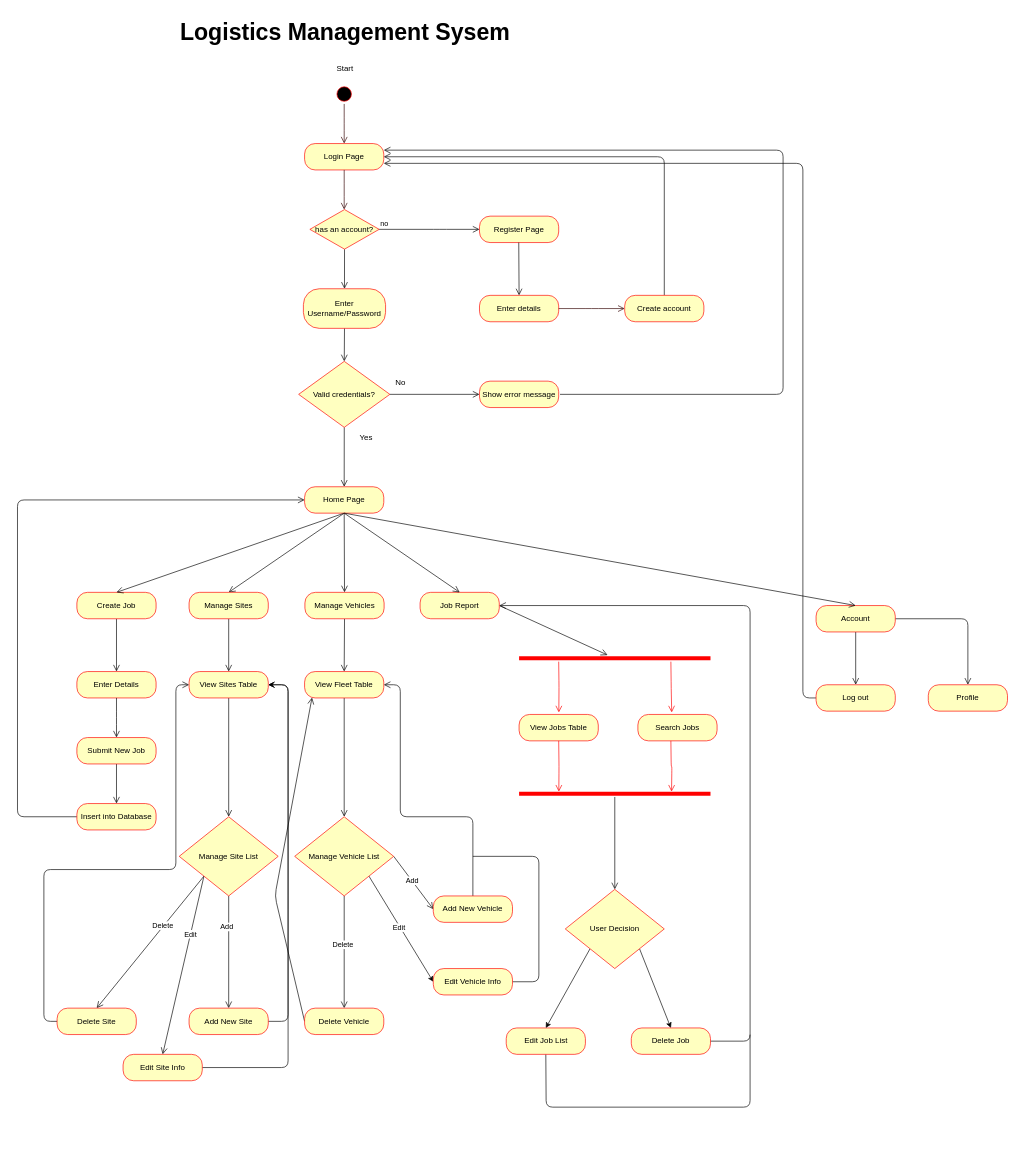
This is project-root/docs/activity.drawio from quietpanda284/logistics_app, a draw.io file, before an edit. Source tidied: cells renumbered, new cells numbered last; positions are measured from the earlier drawing's top-left corner, leaving out a move shared by most shapes. Both pictures are drawn from the tidied source at 66%, with x=0, y=0 at pixel (17, 11).
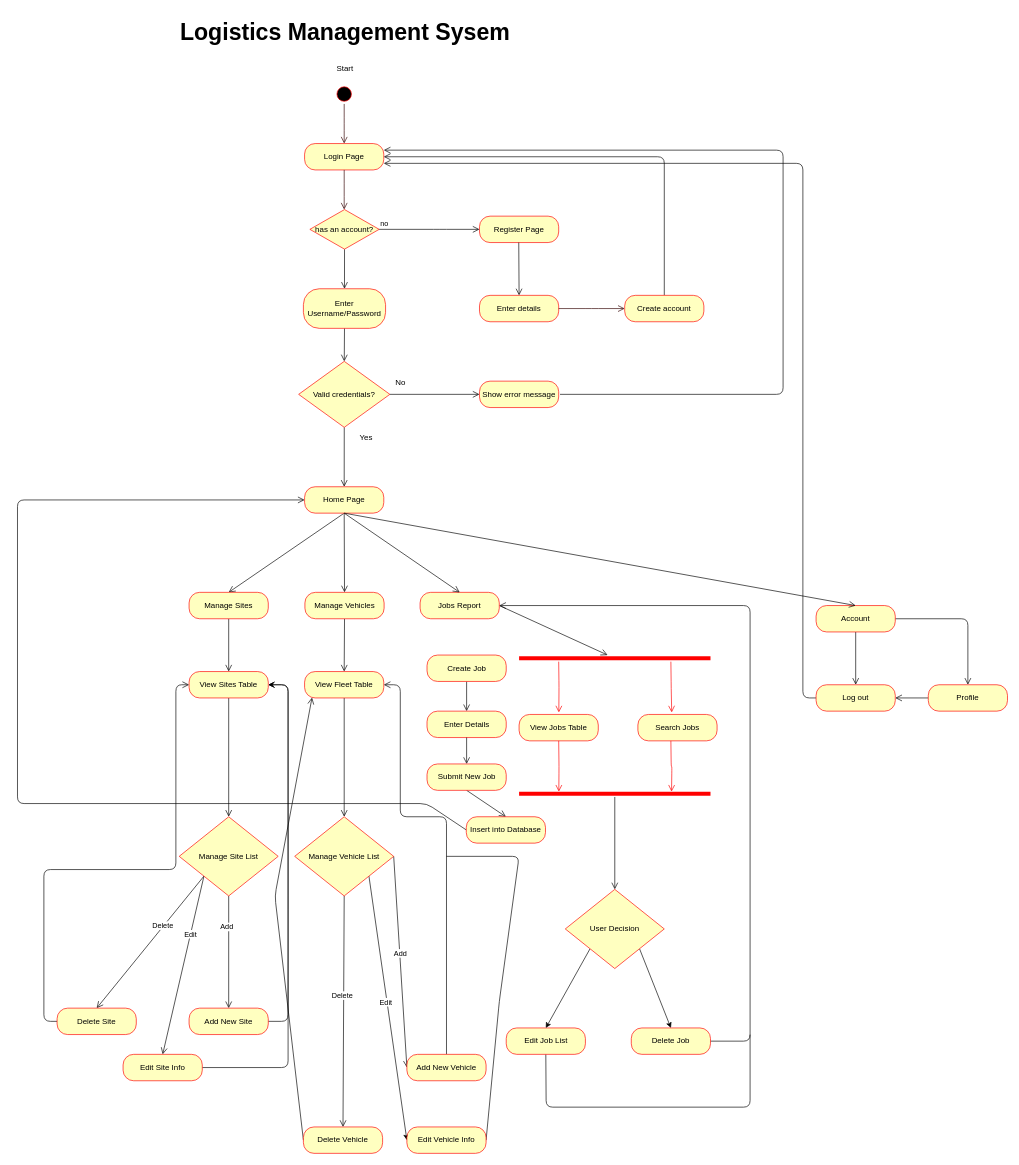
Above is the later version.

Commit message:
Updated activity diagram

Unchanged cells that the change refers to:
```xml
<mxCell id="26" value="Home Page" style="rounded=1;whiteSpace=wrap;html=1;arcSize=40;fontColor=#000000;fillColor=#ffffc0;strokeColor=#ff0000;" parent="1" vertex="1">
  <mxGeometry x="435" y="720" width="120" height="40" as="geometry" />
</mxCell>
<mxCell id="40" value="Log out" style="rounded=1;whiteSpace=wrap;html=1;arcSize=40;fontColor=#000000;fillColor=#ffffc0;strokeColor=#ff0000;" parent="1" vertex="1">
  <mxGeometry x="1210" y="1020" width="120" height="40" as="geometry" />
</mxCell>
<mxCell id="42" value="View Fleet Table" style="rounded=1;whiteSpace=wrap;html=1;arcSize=40;fontColor=#000000;fillColor=#ffffc0;strokeColor=#ff0000;" parent="1" vertex="1">
  <mxGeometry x="435" y="1000" width="120" height="40" as="geometry" />
</mxCell>
<mxCell id="43" value="Profile" style="rounded=1;whiteSpace=wrap;html=1;arcSize=40;fontColor=#000000;fillColor=#ffffc0;strokeColor=#ff0000;" parent="1" vertex="1">
  <mxGeometry x="1380" y="1020" width="120" height="40" as="geometry" />
</mxCell>
```

Diff of the diagram source:
```diff
@@
     <mxCell id="28" value="Create Job" style="rounded=1;whiteSpace=wrap;html=1;arcSize=40;fontColor=#000000;fillColor=#ffffc0;strokeColor=#ff0000;" parent="1" vertex="1">
-      <mxGeometry x="90" y="880" width="120" height="40" as="geometry" />
+      <mxGeometry x="620.5" y="975" width="120" height="40" as="geometry" />
     </mxCell>
@@
-    <mxCell id="34" value="Job Report" style="rounded=1;whiteSpace=wrap;html=1;arcSize=40;fontColor=#000000;fillColor=#ffffc0;strokeColor=#ff0000;" parent="1" vertex="1">
+    <mxCell id="34" value="Jobs Report" style="rounded=1;whiteSpace=wrap;html=1;arcSize=40;fontColor=#000000;fillColor=#ffffc0;strokeColor=#ff0000;" parent="1" vertex="1">
       <mxGeometry x="610" y="880" width="120" height="40" as="geometry" />
     </mxCell>
@@
+    <mxCell id="98" style="edgeStyle=none;html=1;exitX=0;exitY=0.5;exitDx=0;exitDy=0;entryX=1;entryY=0.5;entryDx=0;entryDy=0;endArrow=open;endFill=0;endSize=8;" parent="1" edge="1" source="43" target="40">
+      <mxGeometry relative="1" as="geometry" />
+    </mxCell>
@@
     <mxCell id="47" value="Enter Details" style="rounded=1;whiteSpace=wrap;html=1;arcSize=40;fontColor=#000000;fillColor=#ffffc0;strokeColor=#ff0000;" parent="1" vertex="1">
-      <mxGeometry x="90" y="1000" width="120" height="40" as="geometry" />
+      <mxGeometry x="620.5" y="1060" width="120" height="40" as="geometry" />
     </mxCell>
-    <mxCell id="48" style="edgeStyle=orthogonalEdgeStyle;html=1;verticalAlign=bottom;endArrow=open;endSize=8;strokeColor=default;" parent="1" edge="1" source="47">
-      <mxGeometry relative="1" as="geometry">
-        <mxPoint x="150" y="1100" as="targetPoint" />
-      </mxGeometry>
+    <mxCell id="48" style="edgeStyle=orthogonalEdgeStyle;html=1;verticalAlign=bottom;endArrow=open;endSize=8;strokeColor=default;entryX=0.5;entryY=0;entryDx=0;entryDy=0;" parent="1" edge="1" source="47" target="50">
+      <mxGeometry relative="1" as="geometry" />
     </mxCell>
@@
     <mxCell id="50" value="Submit New Job" style="rounded=1;whiteSpace=wrap;html=1;arcSize=40;fontColor=#000000;fillColor=#ffffc0;strokeColor=#ff0000;" parent="1" vertex="1">
-      <mxGeometry x="90" y="1100" width="120" height="40" as="geometry" />
+      <mxGeometry x="620.5" y="1140" width="120" height="40" as="geometry" />
     </mxCell>
     <mxCell id="51" style="edgeStyle=none;html=1;exitX=0;exitY=0.5;exitDx=0;exitDy=0;entryX=0;entryY=0.5;entryDx=0;entryDy=0;endArrow=open;endFill=0;endSize=8;" parent="1" edge="1" source="52" target="26">
       <mxGeometry relative="1" as="geometry">
         <Array as="points">
-          <mxPoint y="1220" />
+          <mxPoint x="620" y="1200" />
+          <mxPoint y="1200" />
           <mxPoint y="740" />
         </Array>
       </mxGeometry>
     </mxCell>
     <mxCell id="52" value="Insert into Database" style="rounded=1;whiteSpace=wrap;html=1;arcSize=40;fontColor=#000000;fillColor=#ffffc0;strokeColor=#ff0000;" parent="1" vertex="1">
-      <mxGeometry x="90" y="1200" width="120" height="40" as="geometry" />
+      <mxGeometry x="680" y="1220" width="120" height="40" as="geometry" />
     </mxCell>
-    <mxCell id="53" style="edgeStyle=none;html=1;exitX=0.5;exitY=1;exitDx=0;exitDy=0;entryX=0.5;entryY=0;entryDx=0;entryDy=0;endArrow=open;endFill=0;endSize=8;" parent="1" edge="1" source="26" target="28">
-      <mxGeometry relative="1" as="geometry" />
-    </mxCell>
@@
     <mxCell id="78" value="Delete Vehicle" style="rounded=1;whiteSpace=wrap;html=1;arcSize=40;fontColor=#000000;fillColor=#ffffc0;strokeColor=#ff0000;" parent="1" vertex="1">
-      <mxGeometry x="435" y="1510" width="120" height="40" as="geometry" />
+      <mxGeometry x="433.2" y="1690" width="120" height="40" as="geometry" />
     </mxCell>
     <mxCell id="79" style="edgeStyle=none;html=1;exitX=0.5;exitY=0;exitDx=0;exitDy=0;entryX=1;entryY=0.5;entryDx=0;entryDy=0;endArrow=open;endFill=0;endSize=8;" parent="1" edge="1" source="80" target="42">
       <mxGeometry relative="1" as="geometry">
         <Array as="points">
-          <mxPoint x="690" y="1220" />
+          <mxPoint x="650" y="1220" />
           <mxPoint x="580" y="1220" />
           <mxPoint x="580" y="1020" />
         </Array>
       </mxGeometry>
     </mxCell>
     <mxCell id="80" value="Add New Vehicle" style="rounded=1;whiteSpace=wrap;html=1;arcSize=40;fontColor=#000000;fillColor=#ffffc0;strokeColor=#ff0000;" parent="1" vertex="1">
-      <mxGeometry x="630" y="1340" width="120" height="40" as="geometry" />
+      <mxGeometry x="590" y="1580" width="120" height="40" as="geometry" />
     </mxCell>
@@
     <mxCell id="96" style="edgeStyle=none;html=1;exitX=1;exitY=0.5;exitDx=0;exitDy=0;endArrow=none;endFill=0;" parent="1" edge="1" source="97">
       <mxGeometry relative="1" as="geometry">
-        <mxPoint x="690" y="1280" as="targetPoint" />
+        <mxPoint x="650" y="1280" as="targetPoint" />
         <Array as="points">
-          <mxPoint x="790" y="1470" />
-          <mxPoint x="790" y="1280" />
+          <mxPoint x="730" y="1500" />
+          <mxPoint x="760" y="1280" />
         </Array>
       </mxGeometry>
     </mxCell>
     <mxCell id="97" value="Edit Vehicle Info" style="rounded=1;whiteSpace=wrap;html=1;arcSize=40;fontColor=#000000;fillColor=#ffffc0;strokeColor=#ff0000;" parent="1" vertex="1">
-      <mxGeometry x="630" y="1450" width="120" height="40" as="geometry" />
+      <mxGeometry x="590" y="1690" width="120" height="40" as="geometry" />
     </mxCell>
```
